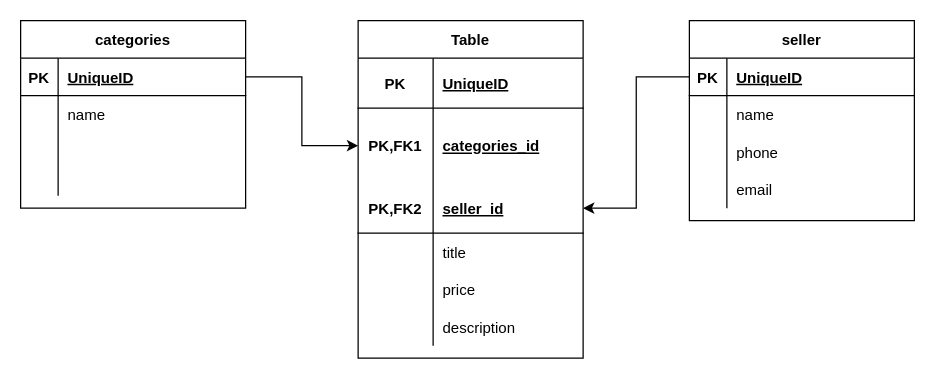
Above: Untitled Diagram.drawio in Domovoi000/diagrams (draw.io), before the change. Source tidied: cells renumbered, new cells numbered last; positions are measured from the earlier drawing's top-left corner, leaving out a move shared by most shapes. Both pictures are drawn from the tidied source at 125%, with x=0, y=0 at pixel (20, 20).
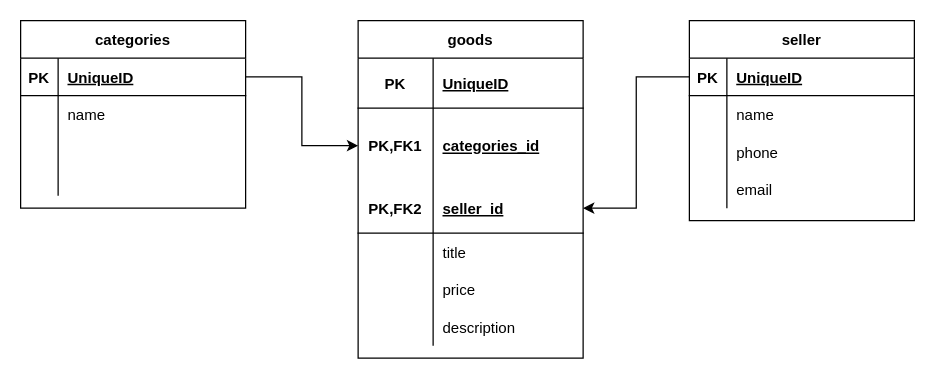
The same page after the edit.

Commit message:
Rename Table to goods

What changed in the source:
```diff
@@
-    <mxCell id="15" value="Table" style="shape=table;startSize=30;childLayout=tableLayout;rowLines=0;fontStyle=1;align=center;" parent="1" vertex="1">
+    <mxCell id="15" value="goods" style="shape=table;startSize=30;childLayout=tableLayout;rowLines=0;fontStyle=1;align=center;" parent="1" vertex="1">
       <mxGeometry x="270" width="180" height="270" as="geometry" />
     </mxCell>
```
